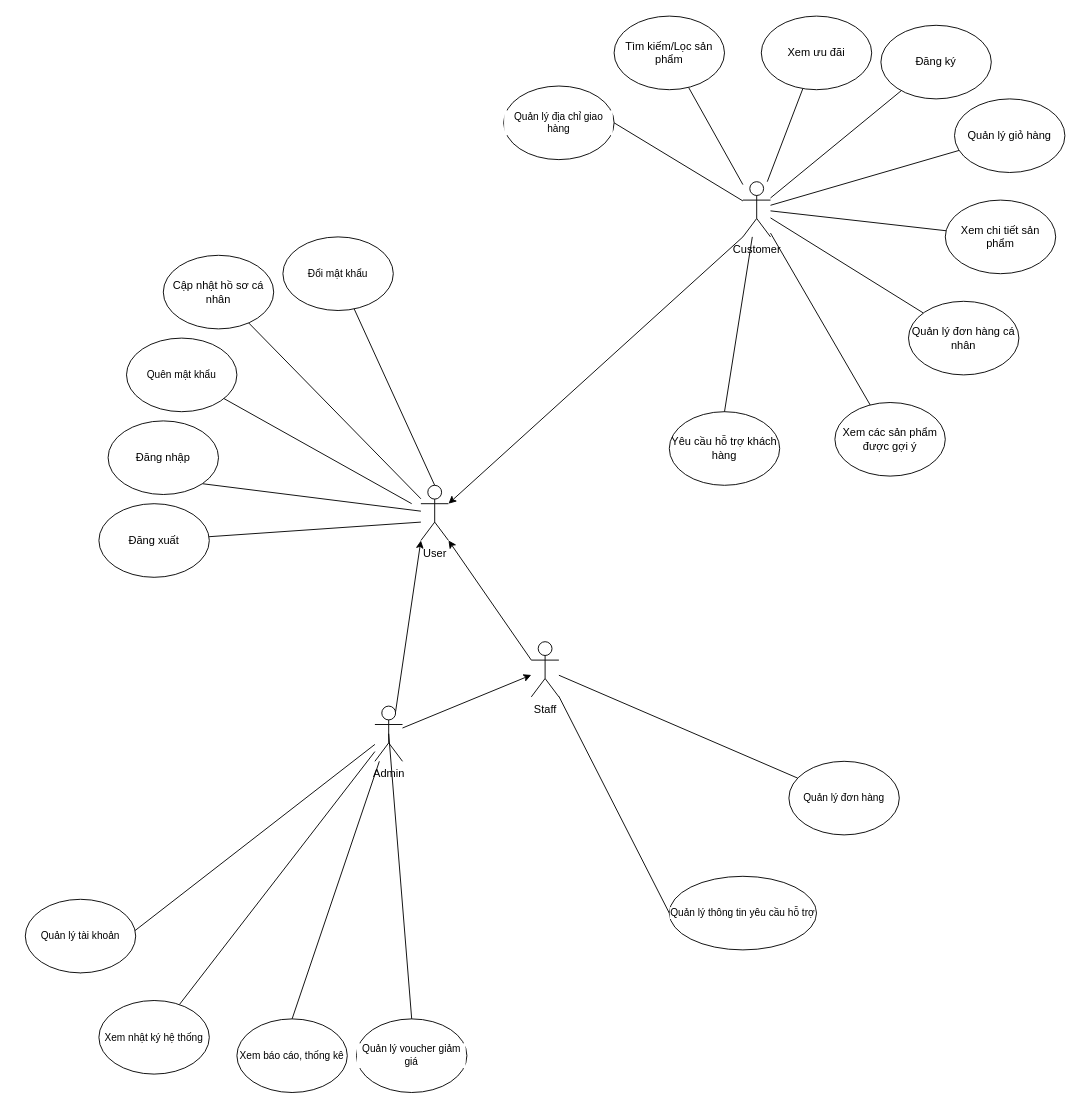
The draw.io diagram page "Tổng quát" (1 of 25) of Usecase Diagram Bookstore.drawio in KaNguyen3005/Bookstore-System, before the edit. Source tidied: cells renumbered, new cells numbered last; positions are measured from the earlier drawing's top-left corner, leaving out a move shared by most shapes. Both pictures are drawn from the tidied source at 92%, with x=0, y=0 at pixel (25, 16).
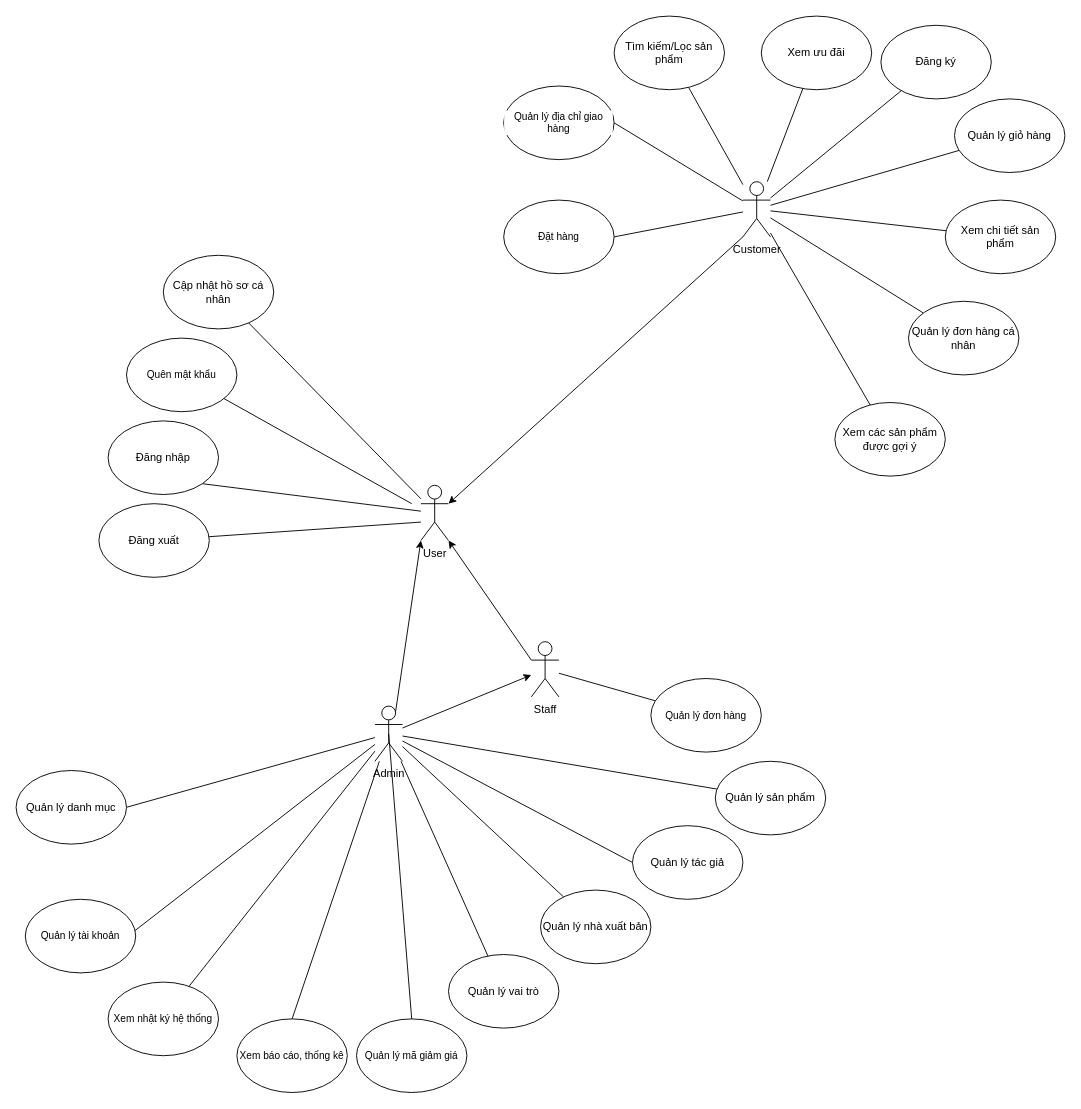
The same page after the edit.

Unchanged cells that the change refers to:
```xml
<mxCell id="5" value="Admin&lt;div&gt;&lt;br&gt;&lt;/div&gt;" style="shape=umlActor;verticalLabelPosition=bottom;verticalAlign=top;html=1;outlineConnect=0;" parent="1" vertex="1">
  <mxGeometry x="380" y="750" width="30" height="60" as="geometry" />
</mxCell>
<mxCell id="8" value="Staff&lt;div&gt;&lt;br&gt;&lt;/div&gt;" style="shape=umlActor;verticalLabelPosition=bottom;verticalAlign=top;html=1;outlineConnect=0;" parent="1" vertex="1">
  <mxGeometry x="550" y="680" width="30" height="60" as="geometry" />
</mxCell>
<mxCell id="18" value="Customer" style="shape=umlActor;verticalLabelPosition=bottom;verticalAlign=top;html=1;outlineConnect=0;" parent="1" vertex="1">
  <mxGeometry x="780" y="180" width="30" height="60" as="geometry" />
</mxCell>
<mxCell id="25" value="User" style="shape=umlActor;verticalLabelPosition=bottom;verticalAlign=top;html=1;outlineConnect=0;" parent="1" vertex="1">
  <mxGeometry x="430" y="510" width="30" height="60" as="geometry" />
</mxCell>
```

Diff of the diagram source:
```diff
@@
+    <mxCell id="50" style="edgeStyle=none;shape=connector;rounded=0;jettySize=auto;html=1;strokeColor=default;align=center;verticalAlign=middle;fontFamily=Helvetica;fontSize=11;fontColor=default;labelBackgroundColor=default;endArrow=none;endFill=0;" parent="1" edge="1" source="5" target="56">
+      <mxGeometry relative="1" as="geometry" />
+    </mxCell>
+    <mxCell id="51" style="edgeStyle=none;shape=connector;rounded=0;jettySize=auto;html=1;strokeColor=default;align=center;verticalAlign=middle;fontFamily=Helvetica;fontSize=11;fontColor=default;labelBackgroundColor=default;endArrow=none;endFill=0;" parent="1" edge="1" source="5" target="58">
+      <mxGeometry relative="1" as="geometry" />
+    </mxCell>
+    <mxCell id="52" style="edgeStyle=none;shape=connector;rounded=0;jettySize=auto;html=1;entryX=0;entryY=0.5;entryDx=0;entryDy=0;strokeColor=default;align=center;verticalAlign=middle;fontFamily=Helvetica;fontSize=11;fontColor=default;labelBackgroundColor=default;endArrow=none;endFill=0;" parent="1" edge="1" source="5" target="57">
+      <mxGeometry relative="1" as="geometry" />
+    </mxCell>
+    <mxCell id="53" style="edgeStyle=none;shape=connector;rounded=0;jettySize=auto;html=1;entryX=1;entryY=0.5;entryDx=0;entryDy=0;strokeColor=default;align=center;verticalAlign=middle;fontFamily=Helvetica;fontSize=11;fontColor=default;labelBackgroundColor=default;endArrow=none;endFill=0;" parent="1" edge="1" source="5" target="60">
+      <mxGeometry relative="1" as="geometry" />
+    </mxCell>
+    <mxCell id="54" style="edgeStyle=none;shape=connector;rounded=0;jettySize=auto;html=1;strokeColor=default;align=center;verticalAlign=middle;fontFamily=Helvetica;fontSize=11;fontColor=default;labelBackgroundColor=default;endArrow=none;endFill=0;" parent="1" edge="1" source="5" target="61">
+      <mxGeometry relative="1" as="geometry" />
+    </mxCell>
@@
-    <mxCell id="7" style="edgeStyle=none;shape=connector;rounded=0;jettySize=auto;html=1;entryX=0;entryY=0.5;entryDx=0;entryDy=0;strokeColor=default;align=center;verticalAlign=middle;fontFamily=Helvetica;fontSize=11;fontColor=default;labelBackgroundColor=default;endArrow=none;endFill=0;" parent="1" edge="1" source="8" target="33">
-      <mxGeometry relative="1" as="geometry" />
-    </mxCell>
@@
+    <mxCell id="55" style="edgeStyle=none;shape=connector;rounded=0;jettySize=auto;html=1;entryX=1;entryY=0.5;entryDx=0;entryDy=0;strokeColor=default;align=center;verticalAlign=middle;fontFamily=Helvetica;fontSize=11;fontColor=default;labelBackgroundColor=default;endArrow=none;endFill=0;" parent="1" edge="1" source="18" target="59">
+      <mxGeometry relative="1" as="geometry" />
+    </mxCell>
@@
     <mxCell id="32" value="Quản lý đơn hàng" style="ellipse;whiteSpace=wrap;html=1;fontFamily=Helvetica;fontSize=11;fontColor=default;labelBackgroundColor=default;" parent="1" vertex="1">
-      <mxGeometry x="830" y="810" width="120" height="80" as="geometry" />
+      <mxGeometry x="680" y="720" width="120" height="80" as="geometry" />
     </mxCell>
-    <mxCell id="33" value="Quản lý thông tin yêu cầu hỗ trợ" style="ellipse;whiteSpace=wrap;html=1;fontFamily=Helvetica;fontSize=11;fontColor=default;labelBackgroundColor=default;" parent="1" vertex="1">
-      <mxGeometry x="700" y="935" width="160" height="80" as="geometry" />
-    </mxCell>
@@
     <mxCell id="35" value="Xem nhật ký hệ thống" style="ellipse;whiteSpace=wrap;html=1;fontFamily=Helvetica;fontSize=11;fontColor=default;labelBackgroundColor=default;" parent="1" vertex="1">
-      <mxGeometry x="80" y="1070" width="120" height="80" as="geometry" />
+      <mxGeometry x="90" y="1050" width="120" height="80" as="geometry" />
     </mxCell>
-    <mxCell id="36" value="Quản lý voucher giảm giá" style="ellipse;whiteSpace=wrap;html=1;fontFamily=Helvetica;fontSize=11;fontColor=default;labelBackgroundColor=default;" parent="1" vertex="1">
+    <mxCell id="36" value="Quản lý mã giảm giá" style="ellipse;whiteSpace=wrap;html=1;fontFamily=Helvetica;fontSize=11;fontColor=default;labelBackgroundColor=default;" parent="1" vertex="1">
       <mxGeometry x="360" y="1090" width="120" height="80" as="geometry" />
     </mxCell>
@@
-    <mxCell id="45" value="Đổi mật khẩu" style="ellipse;whiteSpace=wrap;html=1;fontFamily=Helvetica;fontSize=11;fontColor=default;labelBackgroundColor=default;" parent="1" vertex="1">
-      <mxGeometry x="280" y="240" width="120" height="80" as="geometry" />
-    </mxCell>
-    <mxCell id="46" style="edgeStyle=none;shape=connector;rounded=0;jettySize=auto;html=1;entryX=0.5;entryY=0;entryDx=0;entryDy=0;entryPerimeter=0;strokeColor=default;align=center;verticalAlign=middle;fontFamily=Helvetica;fontSize=11;fontColor=default;labelBackgroundColor=default;endArrow=none;endFill=0;" parent="1" edge="1" source="45" target="25">
-      <mxGeometry relative="1" as="geometry" />
-    </mxCell>
-    <mxCell id="47" value="Yêu cầu hỗ trợ khách hàng" style="ellipse;whiteSpace=wrap;html=1;" parent="1" vertex="1">
-      <mxGeometry x="700" y="430" width="120" height="80" as="geometry" />
-    </mxCell>
-    <mxCell id="48" style="edgeStyle=none;shape=connector;rounded=0;jettySize=auto;html=1;strokeColor=default;align=center;verticalAlign=middle;fontFamily=Helvetica;fontSize=11;fontColor=default;labelBackgroundColor=default;endArrow=none;endFill=0;entryX=0.5;entryY=0;entryDx=0;entryDy=0;" parent="1" edge="1" source="18" target="47">
-      <mxGeometry relative="1" as="geometry" />
-    </mxCell>
@@
+    <mxCell id="56" value="Quản lý vai trò" style="ellipse;whiteSpace=wrap;html=1;rotation=0;" parent="1" vertex="1">
+      <mxGeometry x="460" y="1020" width="120" height="80" as="geometry" />
+    </mxCell>
+    <mxCell id="57" value="Quản lý tác giả" style="ellipse;whiteSpace=wrap;html=1;" parent="1" vertex="1">
+      <mxGeometry x="660" y="880" width="120" height="80" as="geometry" />
+    </mxCell>
+    <mxCell id="58" value="Quản lý nhà xuất bản" style="ellipse;whiteSpace=wrap;html=1;" parent="1" vertex="1">
+      <mxGeometry x="560" y="950" width="120" height="80" as="geometry" />
+    </mxCell>
+    <mxCell id="59" value="Đặt hàng" style="ellipse;whiteSpace=wrap;html=1;fontFamily=Helvetica;fontSize=11;fontColor=default;labelBackgroundColor=default;" parent="1" vertex="1">
+      <mxGeometry x="520" y="200" width="120" height="80" as="geometry" />
+    </mxCell>
+    <mxCell id="60" value="Quản lý danh mục" style="ellipse;whiteSpace=wrap;html=1;" parent="1" vertex="1">
+      <mxGeometry x="-10" y="820" width="120" height="80" as="geometry" />
+    </mxCell>
+    <mxCell id="61" value="Quản lý sản phẩm" style="ellipse;whiteSpace=wrap;html=1;" parent="1" vertex="1">
+      <mxGeometry x="750" y="810" width="120" height="80" as="geometry" />
+    </mxCell>
```
